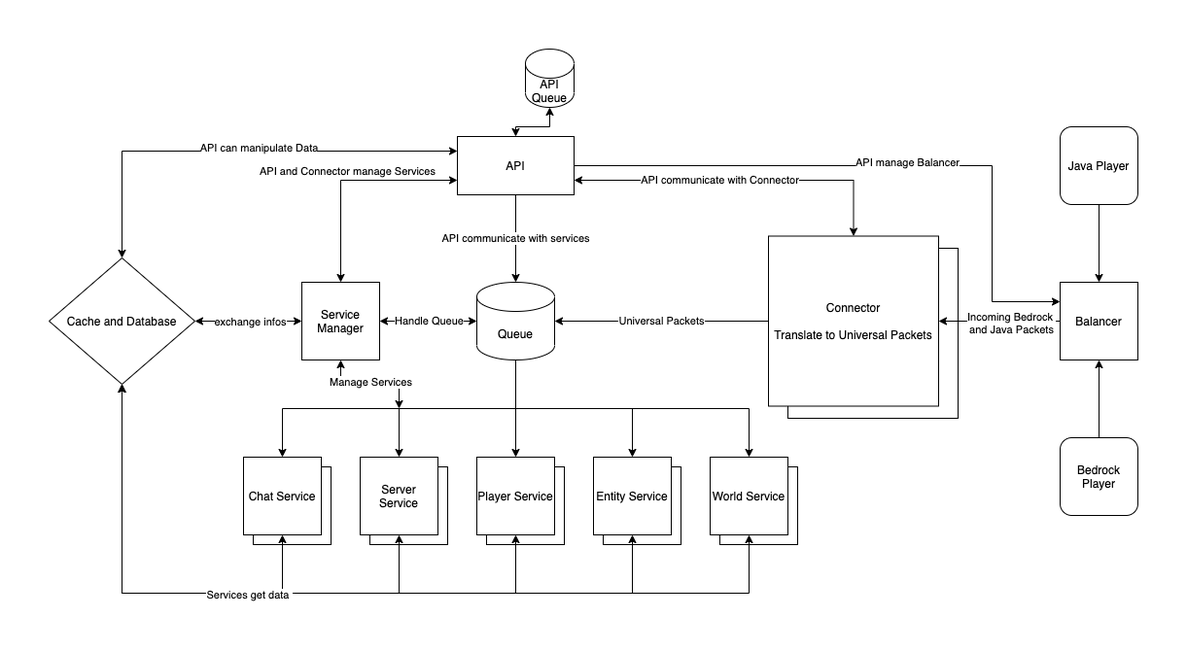
Before: images/overview.png, a diagram exported from draw.io (Layercraft/Infos). Source tidied: cells renumbered, new cells last; positions are measured from the earlier drawing's top-left corner, leaving out a move shared by most shapes.
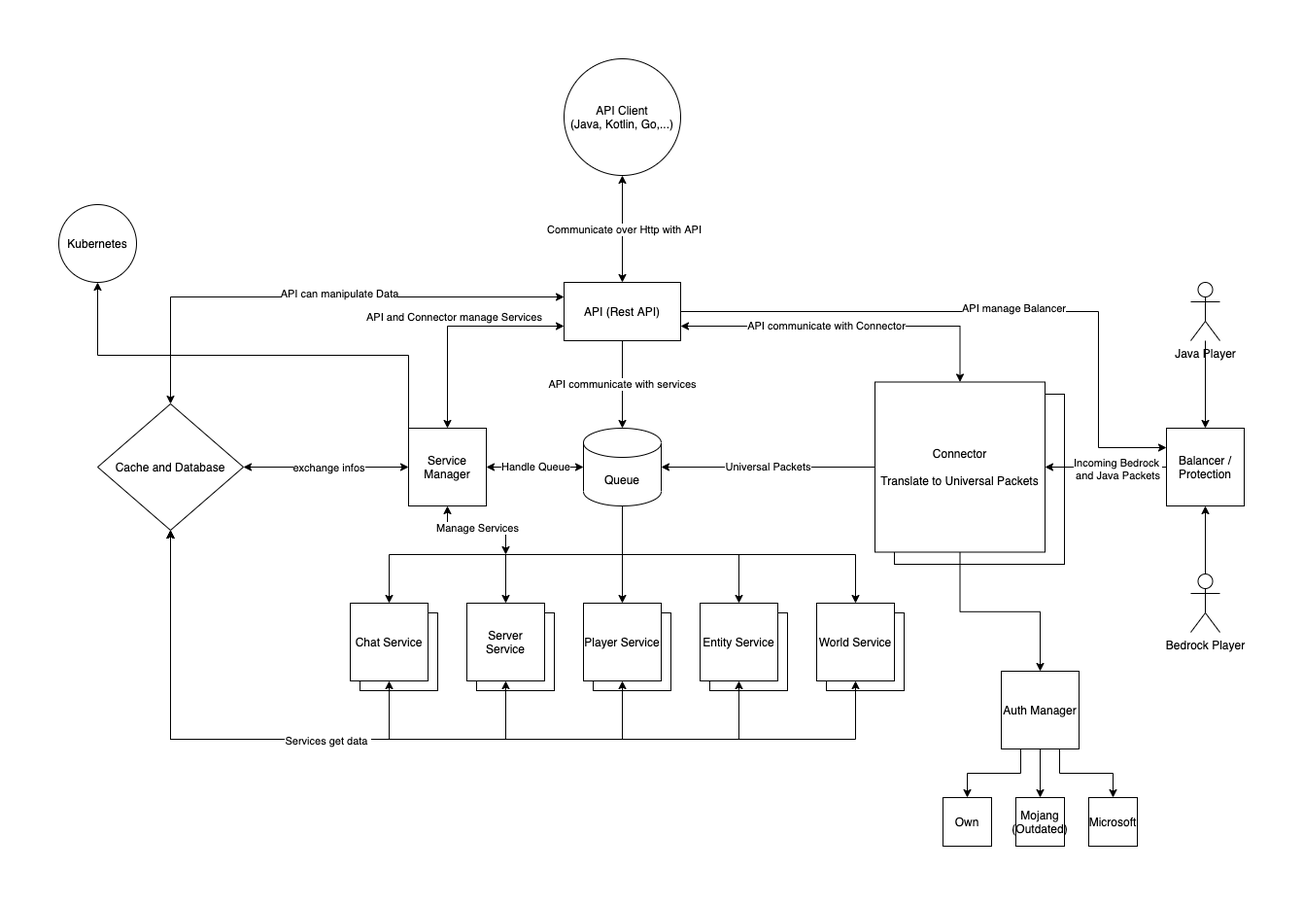
Above is the later version.

The edit, as a diff of the source:
```diff
@@ -5,30 +5,24 @@
     <mxCell id="2" style="whiteSpace=wrap;html=1;" parent="1" vertex="1">
       <mxGeometry x="760" y="205" width="175" height="175" as="geometry" />
     </mxCell>
-    <mxCell id="3" style="edgeStyle=orthogonalEdgeStyle;rounded=0;jettySize=auto;html=1;exitX=0.5;exitY=1;exitDx=0;exitDy=0;entryX=0.5;entryY=0;entryDx=0;entryDy=0;" parent="1" edge="1" source="4" target="7">
+    <mxCell id="3" style="edgeStyle=orthogonalEdgeStyle;rounded=0;jettySize=auto;html=1;entryX=0.5;entryY=0;entryDx=0;entryDy=0;" parent="1" edge="1" source="4" target="7">
       <mxGeometry relative="1" as="geometry" />
     </mxCell>
-    <mxCell id="4" value="Java Player" style="whiteSpace=wrap;html=1;rounded=1;glass=0;" parent="1" vertex="1">
-      <mxGeometry x="1040" y="80" width="80" height="80" as="geometry" />
-    </mxCell>
     <mxCell id="5" style="edgeStyle=orthogonalEdgeStyle;rounded=0;jettySize=auto;html=1;exitX=0;exitY=0.5;exitDx=0;exitDy=0;entryX=1;entryY=0.5;entryDx=0;entryDy=0;startArrow=none;startFill=0;" parent="1" edge="1" source="7" target="11">
       <mxGeometry relative="1" as="geometry" />
     </mxCell>
     <mxCell id="6" value="Incoming Bedrock&amp;nbsp;&lt;br&gt;and Java Packets" style="edgeLabel;html=1;align=center;verticalAlign=middle;" parent="5" vertex="1">
       <mxGeometry x="-0.18" y="1" relative="1" as="geometry" />
     </mxCell>
-    <mxCell id="7" value="Balancer" style="whiteSpace=wrap;html=1;" parent="1" vertex="1">
+    <mxCell id="7" value="Balancer / Protection" style="whiteSpace=wrap;html=1;" parent="1" vertex="1">
       <mxGeometry x="1040" y="240" width="80" height="80" as="geometry" />
     </mxCell>
-    <mxCell id="8" style="edgeStyle=orthogonalEdgeStyle;rounded=0;jettySize=auto;html=1;exitX=0.5;exitY=0;exitDx=0;exitDy=0;entryX=0.5;entryY=1;entryDx=0;entryDy=0;" parent="1" edge="1" source="9" target="7">
-      <mxGeometry relative="1" as="geometry" />
-    </mxCell>
-    <mxCell id="9" value="Bedrock Player" style="whiteSpace=wrap;html=1;rounded=1;shadow=0;" parent="1" vertex="1">
-      <mxGeometry x="1040" y="400" width="80" height="80" as="geometry" />
-    </mxCell>
     <mxCell id="10" value="Universal Packets" style="edgeStyle=orthogonalEdgeStyle;rounded=0;jettySize=auto;html=1;exitX=0;exitY=0.5;exitDx=0;exitDy=0;startArrow=none;startFill=0;" parent="1" edge="1" source="11" target="19">
       <mxGeometry relative="1" as="geometry" />
     </mxCell>
+    <mxCell id="54" style="edgeStyle=orthogonalEdgeStyle;rounded=0;jettySize=auto;html=1;exitX=0.5;exitY=1;exitDx=0;exitDy=0;entryX=0.5;entryY=0;entryDx=0;entryDy=0;" parent="1" edge="1" source="11" target="60">
+      <mxGeometry relative="1" as="geometry" />
+    </mxCell>
     <mxCell id="11" value="Connector&lt;br&gt;&lt;br&gt;Translate to Universal Packets" style="whiteSpace=wrap;html=1;" parent="1" vertex="1">
       <mxGeometry x="740" y="192.5" width="175" height="175" as="geometry" />
     </mxCell>
@@ -82,7 +76,7 @@
     <mxCell id="26" value="API can manipulate Data" style="edgeLabel;html=1;align=center;verticalAlign=middle;" parent="25" vertex="1">
       <mxGeometry x="-0.1" y="-4" relative="1" as="geometry" />
     </mxCell>
-    <mxCell id="27" value="API" style="rounded=0;whiteSpace=wrap;html=1;" parent="1" vertex="1">
+    <mxCell id="27" value="API (Rest API)" style="rounded=0;whiteSpace=wrap;html=1;" parent="1" vertex="1">
       <mxGeometry x="420" y="90" width="120" height="60" as="geometry" />
     </mxCell>
     <mxCell id="28" style="whiteSpace=wrap;html=1;" parent="1" vertex="1">
@@ -92,7 +86,7 @@
       <mxGeometry relative="1" as="geometry">
         <Array as="points">
           <mxPoint x="360" y="560" />
-          <mxPoint x="75" y="560" />
+          <mxPoint x="15" y="560" />
         </Array>
       </mxGeometry>
     </mxCell>
@@ -106,7 +100,7 @@
       <mxGeometry relative="1" as="geometry">
         <Array as="points">
           <mxPoint x="600" y="560" />
-          <mxPoint x="75" y="560" />
+          <mxPoint x="15" y="560" />
         </Array>
       </mxGeometry>
     </mxCell>
@@ -120,7 +114,7 @@
       <mxGeometry relative="1" as="geometry">
         <Array as="points">
           <mxPoint x="720" y="560" />
-          <mxPoint x="75" y="560" />
+          <mxPoint x="15" y="560" />
         </Array>
       </mxGeometry>
     </mxCell>
@@ -134,7 +128,7 @@
       <mxGeometry relative="1" as="geometry">
         <Array as="points">
           <mxPoint x="240" y="560" />
-          <mxPoint x="75" y="560" />
+          <mxPoint x="15" y="560" />
         </Array>
       </mxGeometry>
     </mxCell>
@@ -148,7 +142,7 @@
       <mxGeometry relative="1" as="geometry">
         <Array as="points">
           <mxPoint x="480" y="560" />
-          <mxPoint x="75" y="560" />
+          <mxPoint x="15" y="560" />
         </Array>
       </mxGeometry>
     </mxCell>
@@ -174,15 +168,18 @@
         <mxPoint x="-28" y="-6" as="offset" />
       </mxGeometry>
     </mxCell>
+    <mxCell id="55" style="edgeStyle=orthogonalEdgeStyle;rounded=0;jettySize=auto;html=1;exitX=0;exitY=0;exitDx=0;exitDy=0;entryX=0.5;entryY=1;entryDx=0;entryDy=0;" parent="1" edge="1" source="48" target="65">
+      <mxGeometry relative="1" as="geometry" />
+    </mxCell>
     <mxCell id="48" value="Service Manager" style="whiteSpace=wrap;html=1;rounded=0;shadow=0;glass=0;" parent="1" vertex="1">
       <mxGeometry x="260" y="240" width="80" height="80" as="geometry" />
     </mxCell>
-    <mxCell id="49" style="edgeStyle=orthogonalEdgeStyle;rounded=0;jettySize=auto;html=1;exitX=0.5;exitY=1;exitDx=0;exitDy=0;exitPerimeter=0;entryX=0.5;entryY=0;entryDx=0;entryDy=0;startArrow=classic;startFill=1;" parent="1" edge="1" source="50" target="27">
+    <mxCell id="49" style="edgeStyle=orthogonalEdgeStyle;rounded=0;jettySize=auto;html=1;entryX=0.5;entryY=0;entryDx=0;entryDy=0;startArrow=classic;startFill=1;exitX=0.5;exitY=1;exitDx=0;exitDy=0;" parent="1" edge="1" source="64" target="27">
       <mxGeometry relative="1" as="geometry" />
     </mxCell>
-    <mxCell id="50" value="API Queue" style="shape=cylinder3;whiteSpace=wrap;html=1;boundedLbl=1;backgroundOutline=1;size=15;" parent="1" vertex="1">
-      <mxGeometry x="490" width="50" height="60" as="geometry" />
-    </mxCell>
+    <mxCell id="56" value="Communicate over Http with API" style="edgeLabel;html=1;align=center;verticalAlign=middle;" parent="49" vertex="1">
+      <mxGeometry y="1" relative="1" as="geometry" />
+    </mxCell>
     <mxCell id="51" style="edgeStyle=orthogonalEdgeStyle;rounded=0;jettySize=auto;html=1;exitX=1;exitY=0.5;exitDx=0;exitDy=0;entryX=0;entryY=0.5;entryDx=0;entryDy=0;startArrow=classic;startFill=1;" parent="1" edge="1" source="53" target="48">
       <mxGeometry relative="1" as="geometry" />
     </mxCell>
@@ -190,7 +187,43 @@
       <mxGeometry x="0.02" relative="1" as="geometry" />
     </mxCell>
     <mxCell id="53" value="Cache and Database" style="rhombus;whiteSpace=wrap;html=1;rounded=0;shadow=0;glass=0;" parent="1" vertex="1">
-      <mxGeometry y="215" width="150" height="130" as="geometry" />
+      <mxGeometry x="-60" y="215" width="150" height="130" as="geometry" />
     </mxCell>
+    <mxCell id="57" style="edgeStyle=orthogonalEdgeStyle;rounded=0;jettySize=auto;html=1;exitX=0.5;exitY=1;exitDx=0;exitDy=0;" parent="1" edge="1" source="60" target="61">
+      <mxGeometry relative="1" as="geometry" />
+    </mxCell>
+    <mxCell id="58" style="edgeStyle=orthogonalEdgeStyle;rounded=0;jettySize=auto;html=1;exitX=0.25;exitY=1;exitDx=0;exitDy=0;entryX=0.5;entryY=0;entryDx=0;entryDy=0;" parent="1" edge="1" source="60" target="62">
+      <mxGeometry relative="1" as="geometry" />
+    </mxCell>
+    <mxCell id="59" style="edgeStyle=orthogonalEdgeStyle;rounded=0;jettySize=auto;html=1;exitX=0.75;exitY=1;exitDx=0;exitDy=0;entryX=0.5;entryY=0;entryDx=0;entryDy=0;" parent="1" edge="1" source="60" target="63">
+      <mxGeometry relative="1" as="geometry" />
+    </mxCell>
+    <mxCell id="60" value="Auth Manager" style="whiteSpace=wrap;html=1;" parent="1" vertex="1">
+      <mxGeometry x="870" y="490" width="80" height="80" as="geometry" />
+    </mxCell>
+    <mxCell id="61" value="Mojang (Outdated)" style="whiteSpace=wrap;html=1;" parent="1" vertex="1">
+      <mxGeometry x="885" y="620" width="50" height="50" as="geometry" />
+    </mxCell>
+    <mxCell id="62" value="Own" style="whiteSpace=wrap;html=1;" parent="1" vertex="1">
+      <mxGeometry x="810" y="620" width="50" height="50" as="geometry" />
+    </mxCell>
+    <mxCell id="63" value="Microsoft" style="whiteSpace=wrap;html=1;" parent="1" vertex="1">
+      <mxGeometry x="960" y="620" width="50" height="50" as="geometry" />
+    </mxCell>
+    <mxCell id="64" value="API Client&lt;br&gt;(Java, Kotlin, Go,...)" style="ellipse;whiteSpace=wrap;html=1;" parent="1" vertex="1">
+      <mxGeometry x="420" y="-140" width="120" height="120" as="geometry" />
+    </mxCell>
+    <mxCell id="4" value="Java Player" style="shape=umlActor;verticalLabelPosition=bottom;verticalAlign=top;html=1;outlineConnect=0;" parent="1" vertex="1">
+      <mxGeometry x="1065" y="90" width="30" height="60" as="geometry" />
+    </mxCell>
+    <mxCell id="8" style="edgeStyle=orthogonalEdgeStyle;rounded=0;jettySize=auto;html=1;exitX=0.5;exitY=0;exitDx=0;exitDy=0;exitPerimeter=0;" parent="1" edge="1" source="9" target="7">
+      <mxGeometry relative="1" as="geometry" />
+    </mxCell>
+    <mxCell id="9" value="Bedrock Player" style="shape=umlActor;verticalLabelPosition=bottom;verticalAlign=top;html=1;outlineConnect=0;" parent="1" vertex="1">
+      <mxGeometry x="1065" y="390" width="30" height="60" as="geometry" />
+    </mxCell>
+    <mxCell id="65" value="Kubernetes" style="ellipse;whiteSpace=wrap;html=1;" parent="1" vertex="1">
+      <mxGeometry x="-100" y="10" width="80" height="80" as="geometry" />
+    </mxCell>
   </root>
 </mxGraphModel>
```
